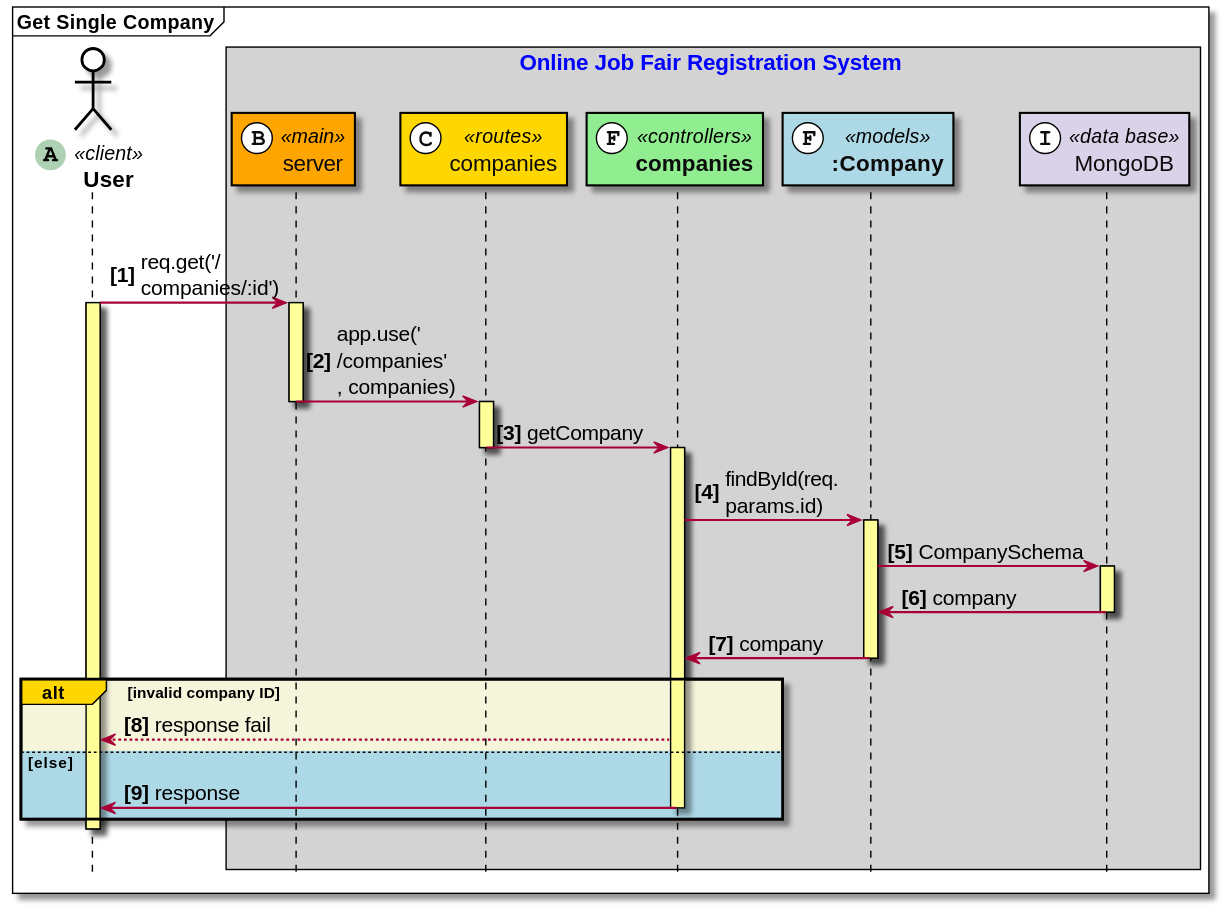
Before: doc_asset/diagrams/squence_diagrams/company/get_single_company.svg, a diagram exported from PlantUML (wisarootl/online-job-fair-registration). The source it was exported from:
```plantuml
@startuml
hide footbox
skinparam sequenceArrowThickness 1.5
skinparam fontsize 50
autonumber 1 "<b>[###]"
skinparam component {
skinparam defaultFontSize 16
ArrowFontSize 15
}
Mainframe <b>Get Single Company</b>

actor "<b>User</b>" as user <<(A,#ADD1B2)client>>#White
Box Online Job Fair Registration System #lightgrey
participant "server" as server <<(B,#FFFFFF)main>>#Orange
participant "companies" as rcompanies <<(C,#FFFFFF)routes>>#Gold
participant "<b>companies" as controllers_companies <<(F,#FFFFFF)controllers>>#LightGreen
participant "<b>:Company" as models_Company <<(F,#FFFFFF)models>>#LightBlue
participant "MongoDB" as mongo <<(I,#FFFFFF)data base>>#d9d2e9
end box

|||
user->server: req.get('/\ncompanies/:id')
Activate user
Activate server
server->rcompanies: app.use('\n/companies'\n, companies)
DeActivate server
Activate rcompanies
rcompanies->controllers_companies: getCompany
DeActivate rcompanies
Activate controllers_companies
controllers_companies->models_Company: findById(req.\nparams.id)
Activate models_Company
models_Company->mongo: CompanySchema
Activate mongo
mongo->models_Company: company
DeActivate mongo
models_Company->controllers_companies: company
DeActivate models_Company
Alt#Gold #Beige invalid company ID
controllers_companies-->user: response fail
Else #LightBlue else
controllers_companies->user: response
DeActivate controllers_companies
End Alt
DeActivate user
|||


skinparam sequence {
BoxBorderColor Black
BoxFontColor Blue
BoxFontSize 16
LifeLineBorderColor Black
LifeLineBackgroundColor #FFFF99
ParticipantBorderColor Black
StereoTypeFontSize 14
ParticipantFontSize 16
ParticipantFontColor #0c0c0c
ActorBorderColor Black
ActorBackgroundColor White
ActorFontSize 16
ActorFontColor Black
}
@enduml
```
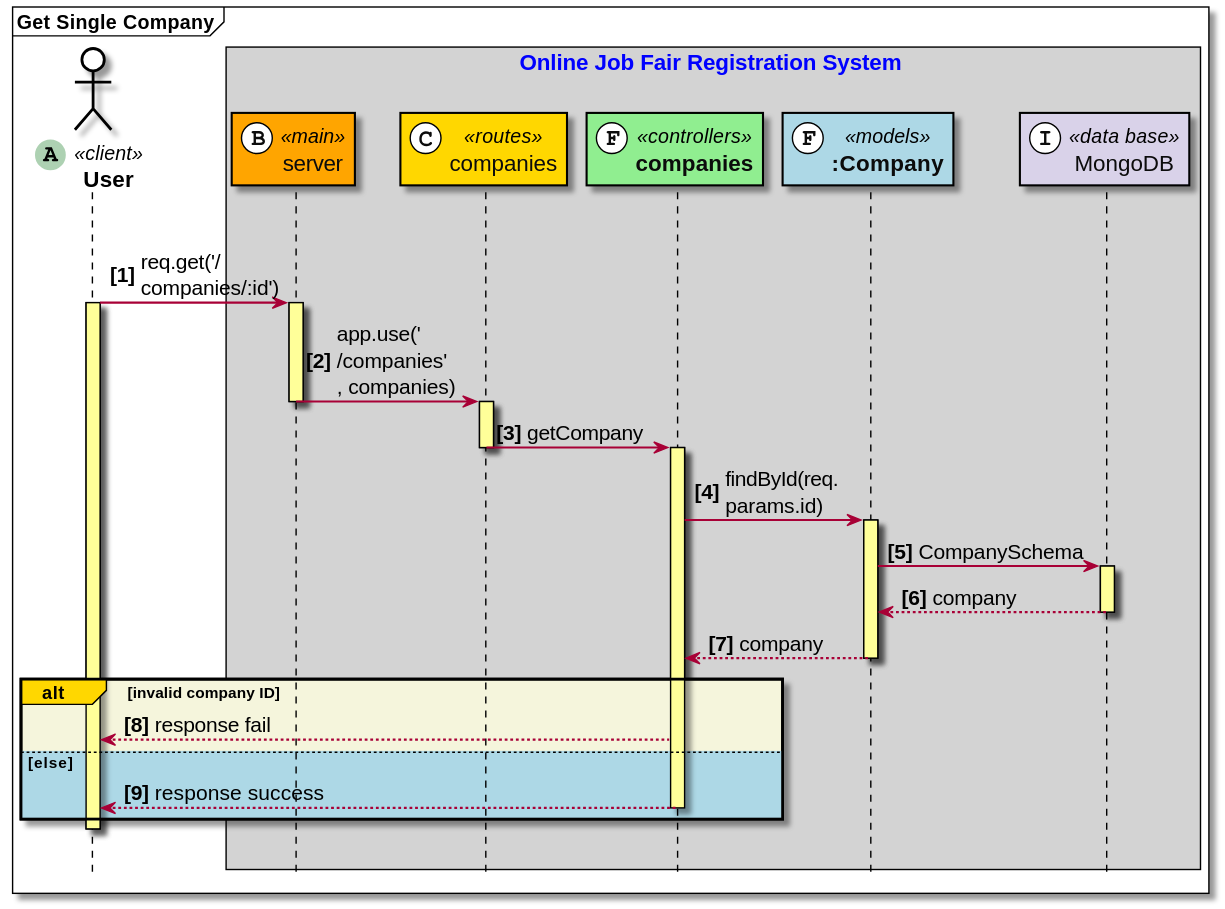
Later version of the same file.

The edit, as a diff of the source:
```diff
@@ -32,14 +32,14 @@
 Activate models_Company
 models_Company->mongo: CompanySchema
 Activate mongo
-mongo->models_Company: company
+mongo-->models_Company: company
 DeActivate mongo
-models_Company->controllers_companies: company
+models_Company-->controllers_companies: company
 DeActivate models_Company
 Alt#Gold #Beige invalid company ID
 controllers_companies-->user: response fail
 Else #LightBlue else
-controllers_companies->user: response
+controllers_companies-->user: response success
 DeActivate controllers_companies
 End Alt
 DeActivate user
```
